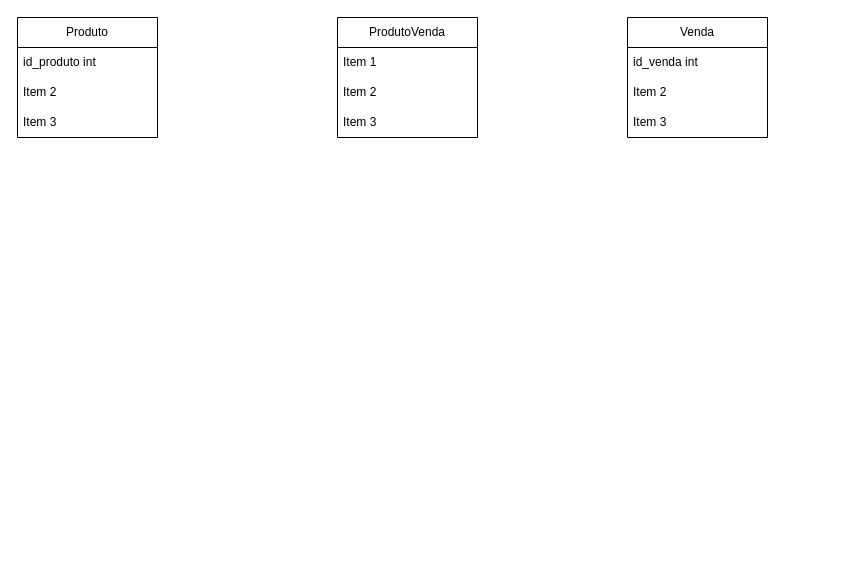
Above: Diagrama sem nome.drawio in GabrielCastilhoRodrigues/LojaCelular (draw.io), before the change. Source tidied: cells renumbered, new cells numbered last; positions are measured from the earlier drawing's top-left corner, leaving out a move shared by most shapes. Both pictures are drawn from the tidied source at 100%, with x=0, y=0 at pixel (17, 17).
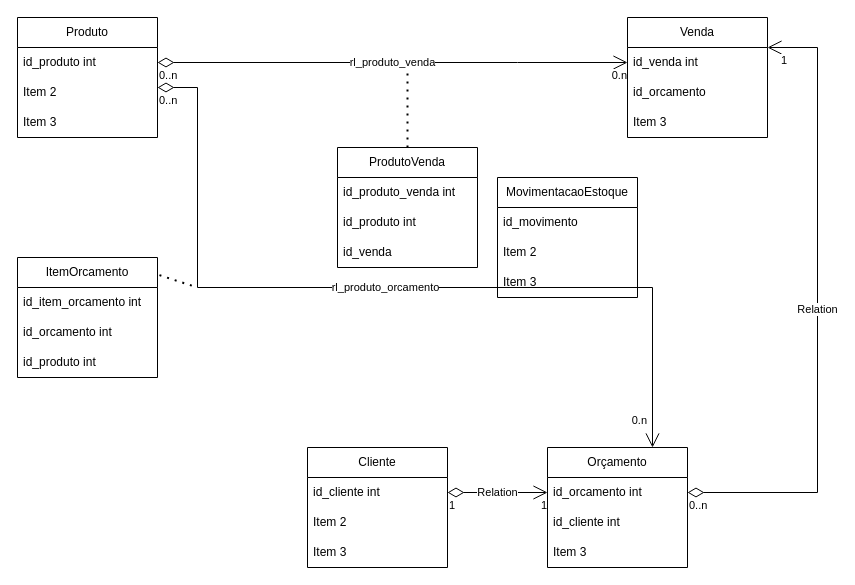
Above is the later version.

Commit message:
Inserido Orçamento

Unchanged cells that the change refers to:
```xml
<mxCell id="3" value="id_produto int" style="text;strokeColor=none;fillColor=none;align=left;verticalAlign=middle;spacingLeft=4;spacingRight=4;overflow=hidden;points=[[0,0.5],[1,0.5]];portConstraint=eastwest;whiteSpace=wrap;html=1;" parent="2" vertex="1">
  <mxGeometry y="30" width="140" height="30" as="geometry" />
</mxCell>
<mxCell id="6" value="Venda" style="swimlane;fontStyle=0;horizontal=1;startSize=30;whiteSpace=wrap;html=1;" parent="1" vertex="1">
  <mxGeometry x="610" width="140" height="120" as="geometry" />
</mxCell>
<mxCell id="7" value="id_venda int" style="text;strokeColor=none;fillColor=none;align=left;verticalAlign=middle;spacingLeft=4;spacingRight=4;overflow=hidden;points=[[0,0.5],[1,0.5]];portConstraint=eastwest;whiteSpace=wrap;html=1;" parent="6" vertex="1">
  <mxGeometry y="30" width="140" height="30" as="geometry" />
</mxCell>
```

Diff of the diagram source:
```diff
@@
-    <mxCell id="8" value="Item 2" style="text;strokeColor=none;fillColor=none;align=left;verticalAlign=middle;spacingLeft=4;spacingRight=4;overflow=hidden;whiteSpace=wrap;html=1;" parent="6" vertex="1">
+    <mxCell id="8" value="id_orcamento" style="text;strokeColor=none;fillColor=none;align=left;verticalAlign=middle;spacingLeft=4;spacingRight=4;overflow=hidden;whiteSpace=wrap;html=1;" parent="6" vertex="1">
       <mxGeometry y="60" width="140" height="30" as="geometry" />
     </mxCell>
@@
     <mxCell id="10" value="ProdutoVenda" style="swimlane;fontStyle=0;horizontal=1;startSize=30;whiteSpace=wrap;html=1;" parent="1" vertex="1">
-      <mxGeometry x="320" width="140" height="120" as="geometry" />
+      <mxGeometry x="320" y="130" width="140" height="120" as="geometry" />
     </mxCell>
-    <mxCell id="11" value="Item 1" style="text;strokeColor=none;fillColor=none;align=left;verticalAlign=middle;spacingLeft=4;spacingRight=4;overflow=hidden;whiteSpace=wrap;html=1;" parent="10" vertex="1">
+    <mxCell id="11" value="id_produto_venda int" style="text;strokeColor=none;fillColor=none;align=left;verticalAlign=middle;spacingLeft=4;spacingRight=4;overflow=hidden;whiteSpace=wrap;html=1;" parent="10" vertex="1">
       <mxGeometry y="30" width="140" height="30" as="geometry" />
     </mxCell>
-    <mxCell id="12" value="Item 2" style="text;strokeColor=none;fillColor=none;align=left;verticalAlign=middle;spacingLeft=4;spacingRight=4;overflow=hidden;whiteSpace=wrap;html=1;" parent="10" vertex="1">
+    <mxCell id="12" value="id_produto int" style="text;strokeColor=none;fillColor=none;align=left;verticalAlign=middle;spacingLeft=4;spacingRight=4;overflow=hidden;whiteSpace=wrap;html=1;" parent="10" vertex="1">
       <mxGeometry y="60" width="140" height="30" as="geometry" />
     </mxCell>
-    <mxCell id="13" value="Item 3" style="text;strokeColor=none;fillColor=none;align=left;verticalAlign=middle;spacingLeft=4;spacingRight=4;overflow=hidden;whiteSpace=wrap;html=1;" parent="10" vertex="1">
+    <mxCell id="13" value="id_venda" style="text;strokeColor=none;fillColor=none;align=left;verticalAlign=middle;spacingLeft=4;spacingRight=4;overflow=hidden;whiteSpace=wrap;html=1;" parent="10" vertex="1">
       <mxGeometry y="90" width="140" height="30" as="geometry" />
     </mxCell>
+    <mxCell id="14" value="rl_produto_venda" style="endArrow=open;html=1;endSize=12;startArrow=diamondThin;startSize=14;startFill=0;edgeStyle=orthogonalEdgeStyle;rounded=0;exitX=1;exitY=0.5;exitDx=0;exitDy=0;entryX=0;entryY=0.5;entryDx=0;entryDy=0;" parent="1" edge="1" source="3" target="7">
+      <mxGeometry relative="1" as="geometry">
+        <Array as="points">
+          <mxPoint x="500" y="45" />
+          <mxPoint x="500" y="45" />
+        </Array>
+      </mxGeometry>
+    </mxCell>
+    <mxCell id="15" value="0..n" style="edgeLabel;html=1;align=left;verticalAlign=top;" parent="14" vertex="1">
+      <mxGeometry x="-1" relative="1" as="geometry" />
+    </mxCell>
+    <mxCell id="16" value="0.n" style="edgeLabel;html=1;align=right;verticalAlign=top;" parent="14" vertex="1">
+      <mxGeometry x="1" relative="1" as="geometry" />
+    </mxCell>
+    <mxCell id="17" style="endArrow=none;dashed=1;html=1;dashPattern=1 3;strokeWidth=2;rounded=0;exitX=0.5;exitY=0;exitDx=0;exitDy=0;" parent="1" edge="1" source="10">
+      <mxGeometry relative="1" as="geometry">
+        <mxPoint x="390" y="50" as="targetPoint" />
+      </mxGeometry>
+    </mxCell>
+    <mxCell id="18" value="Cliente" style="swimlane;fontStyle=0;horizontal=1;startSize=30;whiteSpace=wrap;html=1;" parent="1" vertex="1">
+      <mxGeometry x="290" y="430" width="140" height="120" as="geometry" />
+    </mxCell>
+    <mxCell id="19" value="id_cliente int" style="text;strokeColor=none;fillColor=none;align=left;verticalAlign=middle;spacingLeft=4;spacingRight=4;overflow=hidden;points=[[0,0.5],[1,0.5]];portConstraint=eastwest;whiteSpace=wrap;html=1;" parent="18" vertex="1">
+      <mxGeometry y="30" width="140" height="30" as="geometry" />
+    </mxCell>
+    <mxCell id="20" value="Item 2" style="text;strokeColor=none;fillColor=none;align=left;verticalAlign=middle;spacingLeft=4;spacingRight=4;overflow=hidden;whiteSpace=wrap;html=1;" parent="18" vertex="1">
+      <mxGeometry y="60" width="140" height="30" as="geometry" />
+    </mxCell>
+    <mxCell id="21" value="Item 3" style="text;strokeColor=none;fillColor=none;align=left;verticalAlign=middle;spacingLeft=4;spacingRight=4;overflow=hidden;whiteSpace=wrap;html=1;" parent="18" vertex="1">
+      <mxGeometry y="90" width="140" height="30" as="geometry" />
+    </mxCell>
+    <mxCell id="22" value="Orçamento" style="swimlane;fontStyle=0;horizontal=1;startSize=30;whiteSpace=wrap;html=1;" parent="1" vertex="1">
+      <mxGeometry x="530" y="430" width="140" height="120" as="geometry" />
+    </mxCell>
+    <mxCell id="23" value="id_orcamento int" style="text;strokeColor=none;fillColor=none;align=left;verticalAlign=middle;spacingLeft=4;spacingRight=4;overflow=hidden;points=[[0,0.5],[1,0.5]];portConstraint=eastwest;whiteSpace=wrap;html=1;" parent="22" vertex="1">
+      <mxGeometry y="30" width="140" height="30" as="geometry" />
+    </mxCell>
+    <mxCell id="24" value="id_cliente int" style="text;strokeColor=none;fillColor=none;align=left;verticalAlign=middle;spacingLeft=4;spacingRight=4;overflow=hidden;whiteSpace=wrap;html=1;" parent="22" vertex="1">
+      <mxGeometry y="60" width="140" height="30" as="geometry" />
+    </mxCell>
+    <mxCell id="25" value="Item 3" style="text;strokeColor=none;fillColor=none;align=left;verticalAlign=middle;spacingLeft=4;spacingRight=4;overflow=hidden;whiteSpace=wrap;html=1;" parent="22" vertex="1">
+      <mxGeometry y="90" width="140" height="30" as="geometry" />
+    </mxCell>
+    <mxCell id="26" value="Relation" style="endArrow=open;html=1;endSize=12;startArrow=diamondThin;startSize=14;startFill=0;edgeStyle=orthogonalEdgeStyle;rounded=0;exitX=1;exitY=0.5;exitDx=0;exitDy=0;entryX=0;entryY=0.5;entryDx=0;entryDy=0;" parent="1" edge="1" source="19" target="23">
+      <mxGeometry relative="1" as="geometry" />
+    </mxCell>
+    <mxCell id="27" value="1" style="edgeLabel;html=1;align=left;verticalAlign=top;" parent="26" vertex="1">
+      <mxGeometry x="-1" relative="1" as="geometry" />
+    </mxCell>
+    <mxCell id="28" value="1" style="edgeLabel;html=1;align=right;verticalAlign=top;" parent="26" vertex="1">
+      <mxGeometry x="1" relative="1" as="geometry" />
+    </mxCell>
+    <mxCell id="29" value="Relation" style="endArrow=open;html=1;endSize=12;startArrow=diamondThin;startSize=14;startFill=0;edgeStyle=orthogonalEdgeStyle;rounded=0;exitX=1;exitY=0.5;exitDx=0;exitDy=0;entryX=1;entryY=0.25;entryDx=0;entryDy=0;" parent="1" edge="1" source="23" target="6">
+      <mxGeometry relative="1" as="geometry">
+        <Array as="points">
+          <mxPoint x="800" y="475" />
+          <mxPoint x="800" y="30" />
+        </Array>
+      </mxGeometry>
+    </mxCell>
+    <mxCell id="30" value="0..n" style="edgeLabel;html=1;align=left;verticalAlign=top;" parent="29" vertex="1">
+      <mxGeometry x="-1" relative="1" as="geometry" />
+    </mxCell>
+    <mxCell id="31" value="1" style="edgeLabel;html=1;align=right;verticalAlign=top;" parent="29" vertex="1">
+      <mxGeometry x="1" relative="1" as="geometry">
+        <mxPoint x="20" as="offset" />
+      </mxGeometry>
+    </mxCell>
+    <mxCell id="32" value="ItemOrcamento" style="swimlane;fontStyle=0;horizontal=1;startSize=30;whiteSpace=wrap;html=1;" parent="1" vertex="1">
+      <mxGeometry y="240" width="140" height="120" as="geometry" />
+    </mxCell>
+    <mxCell id="33" value="id_item_orcamento int" style="text;strokeColor=none;fillColor=none;align=left;verticalAlign=middle;spacingLeft=4;spacingRight=4;overflow=hidden;whiteSpace=wrap;html=1;" parent="32" vertex="1">
+      <mxGeometry y="30" width="140" height="30" as="geometry" />
+    </mxCell>
+    <mxCell id="34" value="id_orcamento int" style="text;strokeColor=none;fillColor=none;align=left;verticalAlign=middle;spacingLeft=4;spacingRight=4;overflow=hidden;whiteSpace=wrap;html=1;" parent="32" vertex="1">
+      <mxGeometry y="60" width="140" height="30" as="geometry" />
+    </mxCell>
+    <mxCell id="35" value="id_produto int" style="text;strokeColor=none;fillColor=none;align=left;verticalAlign=middle;spacingLeft=4;spacingRight=4;overflow=hidden;whiteSpace=wrap;html=1;" parent="32" vertex="1">
+      <mxGeometry y="90" width="140" height="30" as="geometry" />
+    </mxCell>
+    <mxCell id="36" value="rl_produto_orcamento" style="endArrow=open;html=1;endSize=12;startArrow=diamondThin;startSize=14;startFill=0;edgeStyle=orthogonalEdgeStyle;rounded=0;exitX=1;exitY=0.5;exitDx=0;exitDy=0;entryX=0.75;entryY=0;entryDx=0;entryDy=0;" parent="1" edge="1" target="22">
+      <mxGeometry relative="1" as="geometry">
+        <mxPoint x="140" y="70" as="sourcePoint" />
+        <Array as="points">
+          <mxPoint x="180" y="70" />
+          <mxPoint x="180" y="270" />
+          <mxPoint x="635" y="270" />
+        </Array>
+      </mxGeometry>
+    </mxCell>
+    <mxCell id="37" value="0..n" style="edgeLabel;html=1;align=left;verticalAlign=top;" parent="36" vertex="1">
+      <mxGeometry x="-1" relative="1" as="geometry" />
+    </mxCell>
+    <mxCell id="38" value="0.n" style="edgeLabel;html=1;align=right;verticalAlign=top;" parent="36" vertex="1">
+      <mxGeometry x="1" relative="1" as="geometry">
+        <mxPoint x="-5" y="-40" as="offset" />
+      </mxGeometry>
+    </mxCell>
+    <mxCell id="39" style="endArrow=none;dashed=1;html=1;dashPattern=1 3;strokeWidth=2;rounded=0;exitX=1.014;exitY=0.147;exitDx=0;exitDy=0;exitPerimeter=0;" parent="1" edge="1" source="32">
+      <mxGeometry relative="1" as="geometry">
+        <mxPoint x="180" y="270" as="targetPoint" />
+      </mxGeometry>
+    </mxCell>
+    <mxCell id="40" value="MovimentacaoEstoque" style="swimlane;fontStyle=0;horizontal=1;startSize=30;whiteSpace=wrap;html=1;" parent="1" vertex="1">
+      <mxGeometry x="480" y="160" width="140" height="120" as="geometry" />
+    </mxCell>
+    <mxCell id="41" value="id_movimento" style="text;strokeColor=none;fillColor=none;align=left;verticalAlign=middle;spacingLeft=4;spacingRight=4;overflow=hidden;whiteSpace=wrap;html=1;" parent="40" vertex="1">
+      <mxGeometry y="30" width="140" height="30" as="geometry" />
+    </mxCell>
+    <mxCell id="42" value="Item 2" style="text;strokeColor=none;fillColor=none;align=left;verticalAlign=middle;spacingLeft=4;spacingRight=4;overflow=hidden;whiteSpace=wrap;html=1;" parent="40" vertex="1">
+      <mxGeometry y="60" width="140" height="30" as="geometry" />
+    </mxCell>
+    <mxCell id="43" value="Item 3" style="text;strokeColor=none;fillColor=none;align=left;verticalAlign=middle;spacingLeft=4;spacingRight=4;overflow=hidden;whiteSpace=wrap;html=1;" parent="40" vertex="1">
+      <mxGeometry y="90" width="140" height="30" as="geometry" />
+    </mxCell>
```
